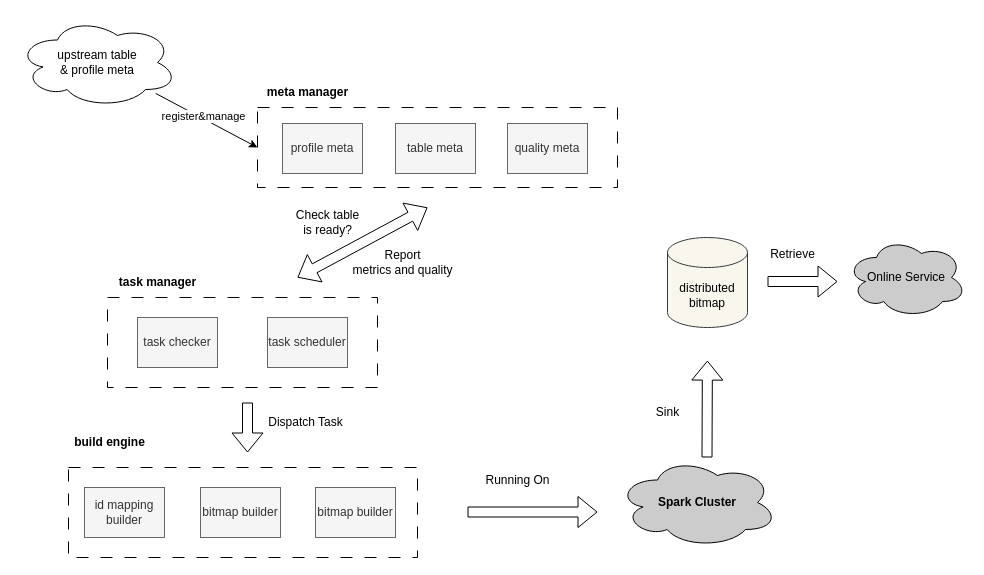
Earlier version of the draw.io diagram paper_dmp_fig1.drawio (learn2Pro/draw_io_save). Source tidied: cells renumbered, new cells numbered last; positions are measured from the earlier drawing's top-left corner, leaving out a move shared by most shapes. Both pictures are drawn from the tidied source at 100%, with x=0, y=0 at pixel (17, 17).
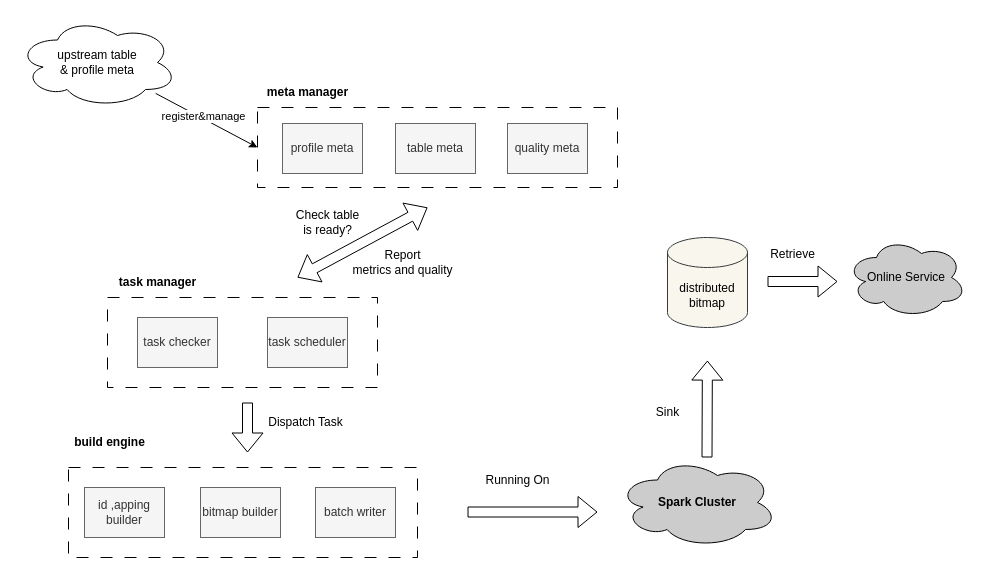
After the change.

The edit, as a diff of the source:
```diff
@@
-    <mxCell id="19" value="id mapping builder" style="rounded=0;whiteSpace=wrap;html=1;fillColor=#f5f5f5;fontColor=#333333;strokeColor=#666666;" parent="1" vertex="1">
+    <mxCell id="19" value="id ,apping builder" style="rounded=0;whiteSpace=wrap;html=1;fillColor=#f5f5f5;fontColor=#333333;strokeColor=#666666;" parent="1" vertex="1">
       <mxGeometry x="67" y="470" width="80" height="50" as="geometry" />
     </mxCell>
@@
-    <mxCell id="21" value="bitmap builder" style="rounded=0;whiteSpace=wrap;html=1;fillColor=#f5f5f5;fontColor=#333333;strokeColor=#666666;" parent="1" vertex="1">
+    <mxCell id="21" value="batch writer" style="rounded=0;whiteSpace=wrap;html=1;fillColor=#f5f5f5;fontColor=#333333;strokeColor=#666666;" parent="1" vertex="1">
       <mxGeometry x="298" y="470" width="80" height="50" as="geometry" />
     </mxCell>
```
